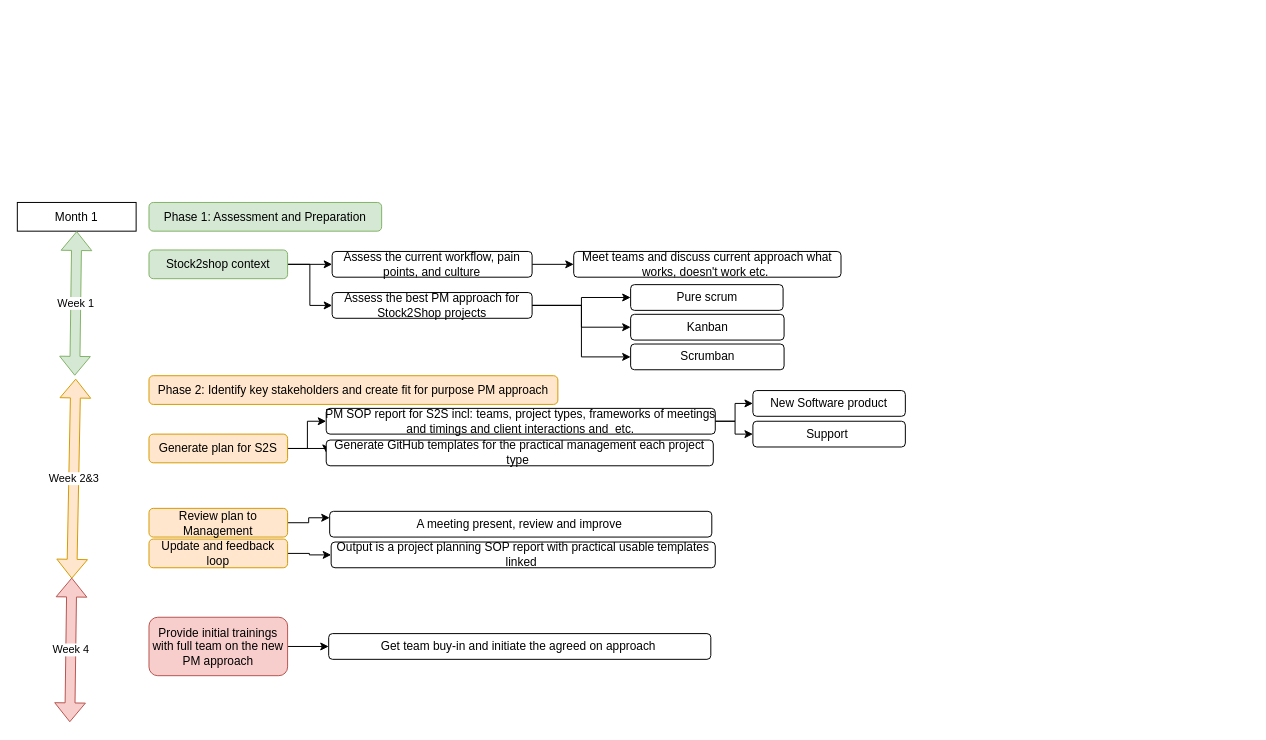
amyburness/scrum_sample keeps this draw.io diagram as Untitled Diagram.drawio. Above is the earlier version. Source tidied: cells renumbered, new cells numbered last; positions are measured from the earlier drawing's top-left corner, leaving out a move shared by most shapes. Both pictures are drawn from the tidied source at 99%, with x=0, y=0 at pixel (17, 202).
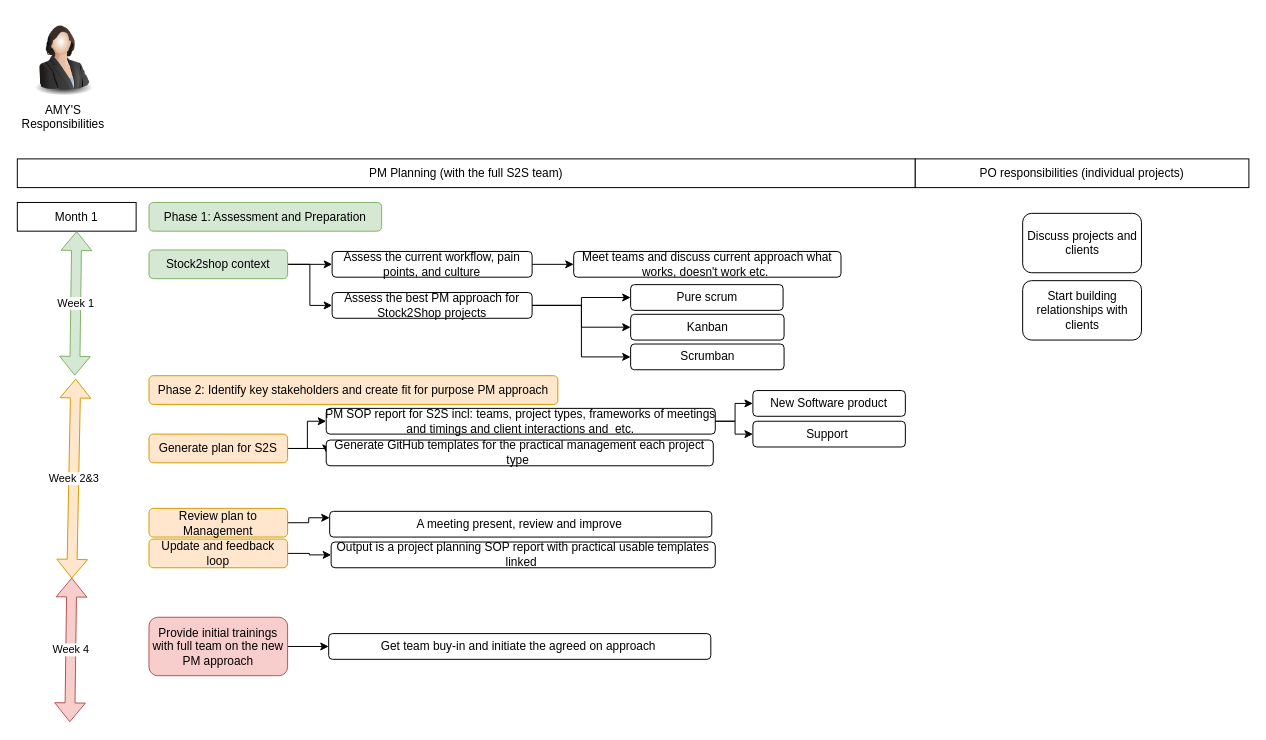
The same diagram, later.

What changed in the source:
```diff
@@
+    <mxCell id="39" value="PM Planning (with the full S2S team)" style="rounded=0;whiteSpace=wrap;html=1;" parent="1" vertex="1">
+      <mxGeometry y="-44" width="907" height="29" as="geometry" />
+    </mxCell>
+    <mxCell id="40" value="PO responsibilities (individual projects)" style="rounded=0;whiteSpace=wrap;html=1;" parent="1" vertex="1">
+      <mxGeometry x="907" y="-44" width="337" height="29" as="geometry" />
+    </mxCell>
+    <mxCell id="41" value="AMY'S&lt;div&gt;Responsibilities&lt;/div&gt;" style="image;html=1;image=img/lib/clip_art/people/Suit_Woman_128x128.png;" parent="1" vertex="1">
+      <mxGeometry x="6" y="-187" width="80" height="80" as="geometry" />
+    </mxCell>
+    <mxCell id="42" value="Discuss projects and clients" style="rounded=1;whiteSpace=wrap;html=1;" parent="1" vertex="1">
+      <mxGeometry x="1015.5" y="11" width="120" height="60" as="geometry" />
+    </mxCell>
+    <mxCell id="43" value="Start building relationships with clients" style="rounded=1;whiteSpace=wrap;html=1;" parent="1" vertex="1">
+      <mxGeometry x="1015.5" y="79" width="120" height="60" as="geometry" />
+    </mxCell>
```
